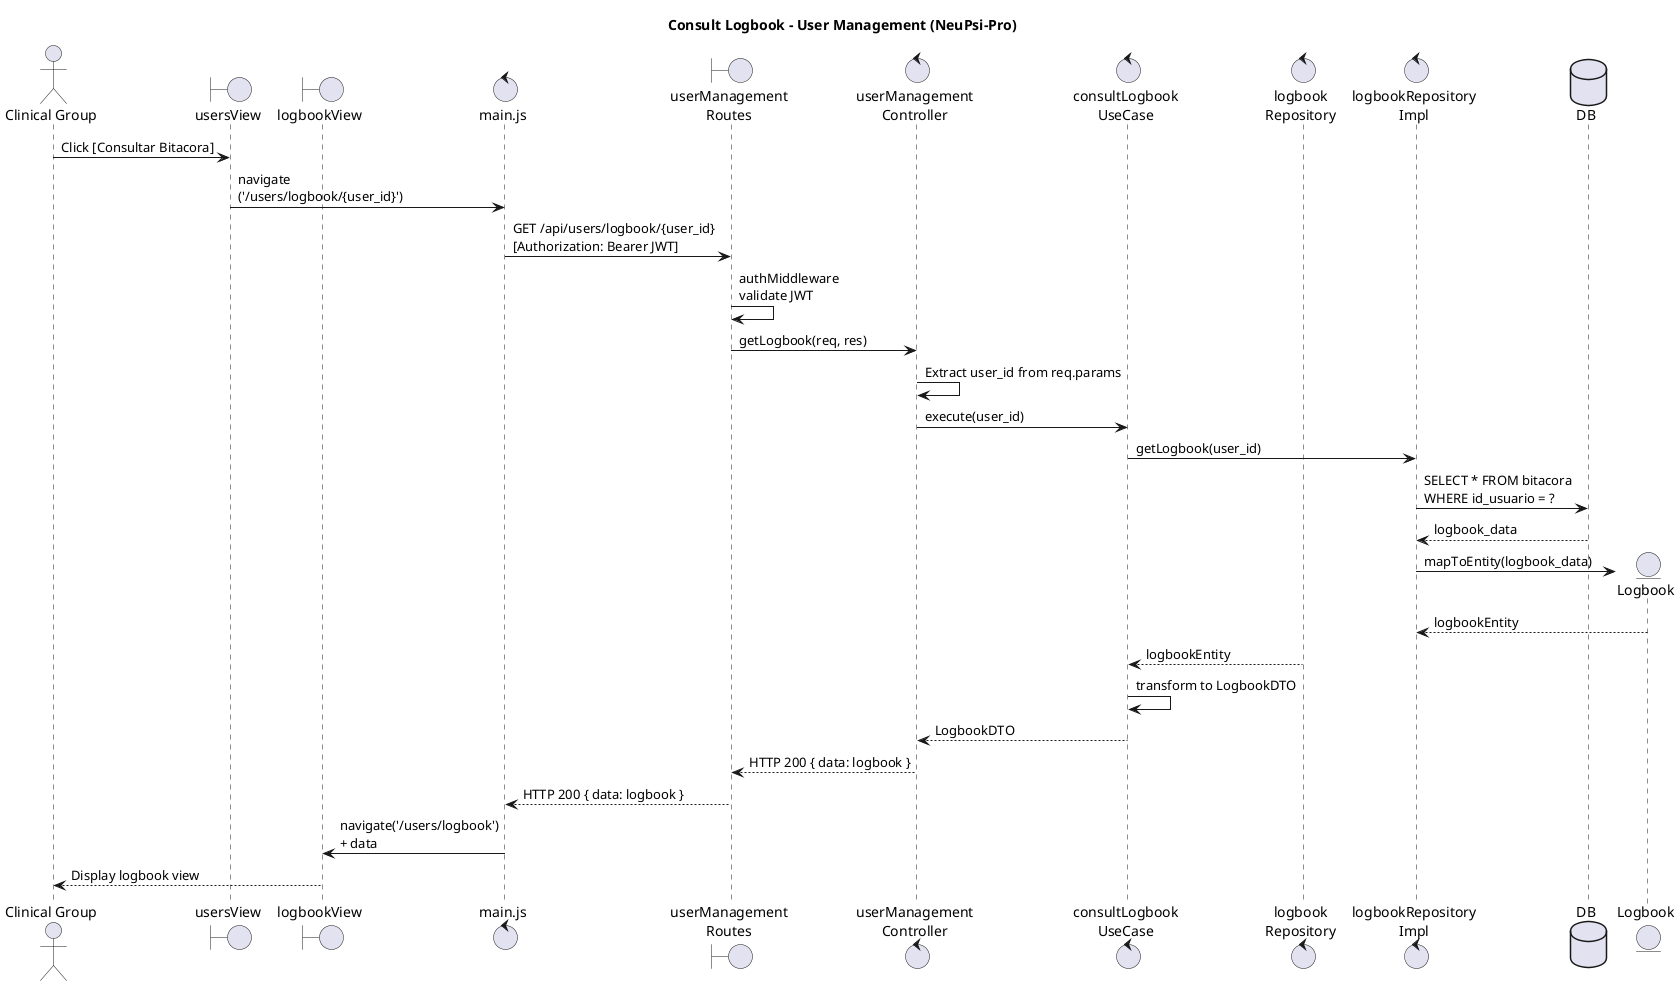
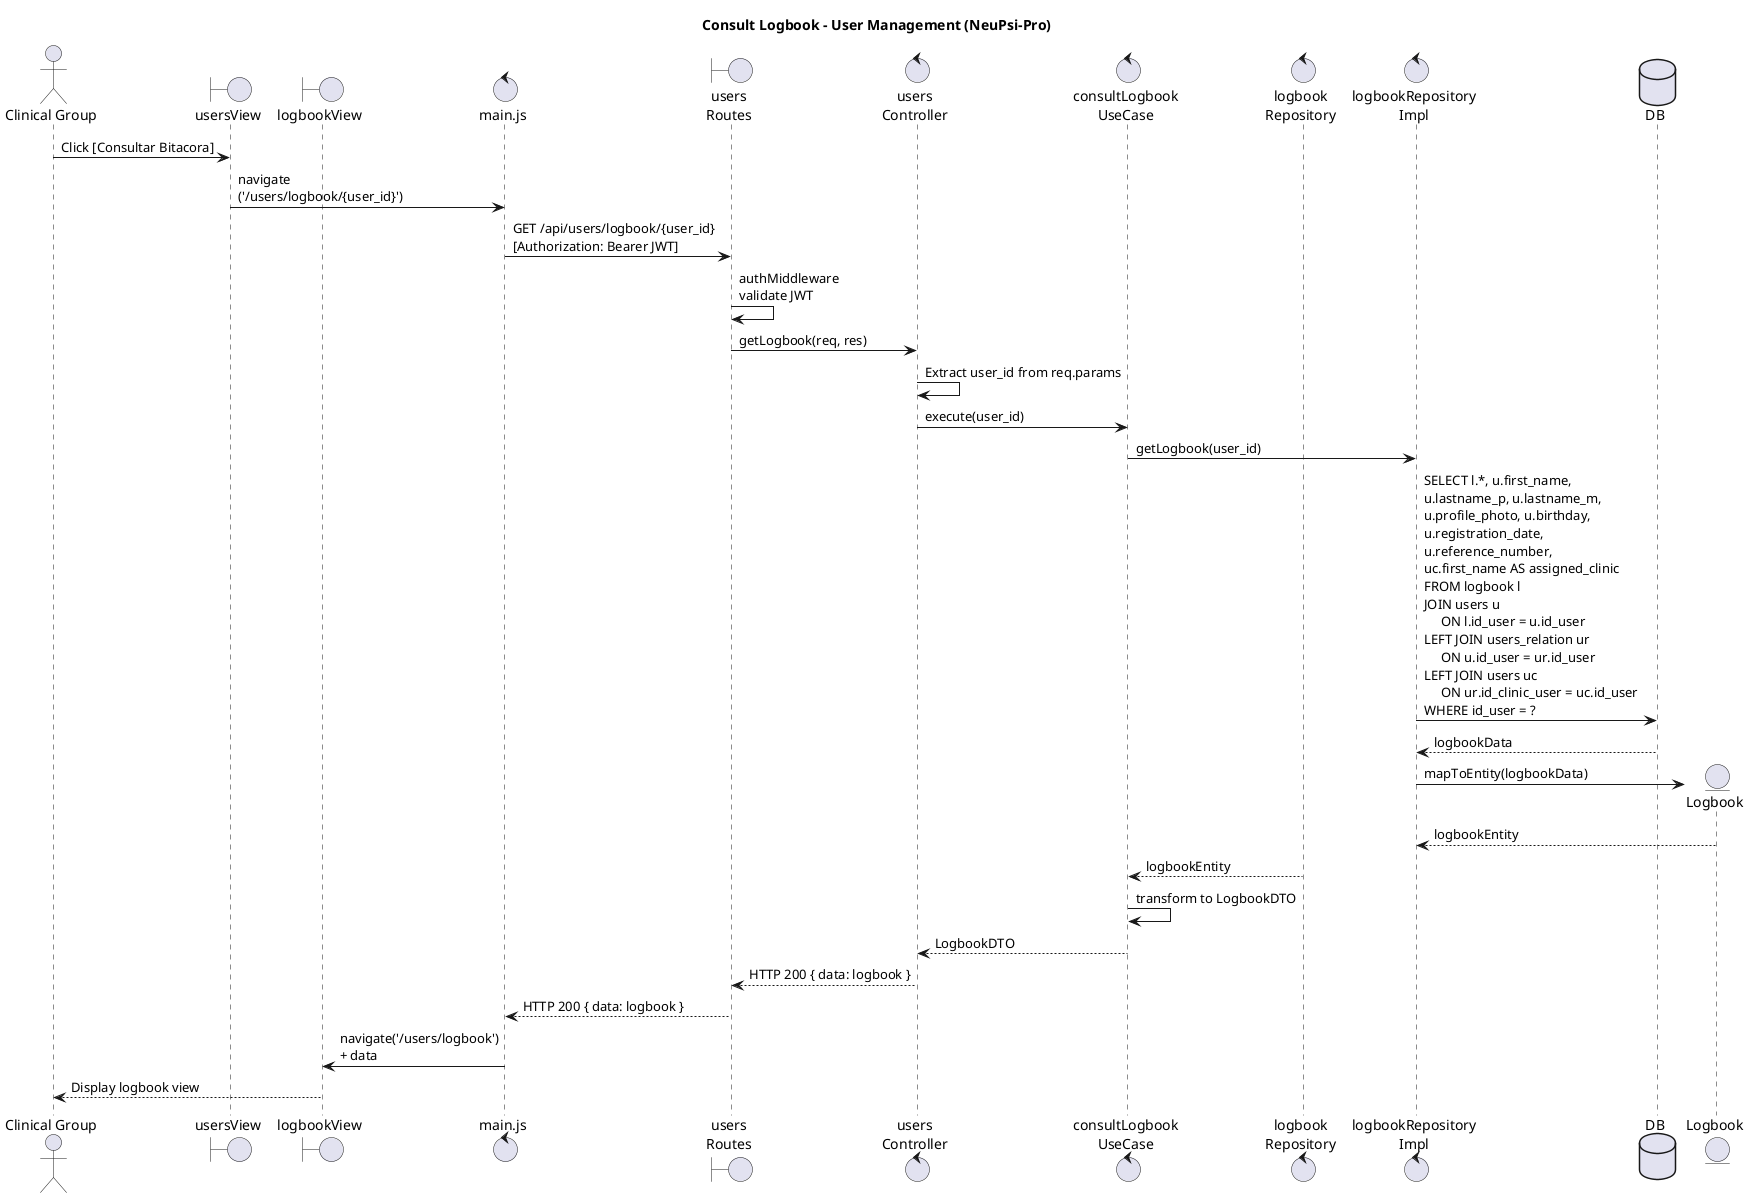
@startuml GU04 Consult-Logbook

title Consult Logbook - User Management (NeuPsi-Pro)

actor "Clinical Group" as CG

boundary "usersView" as VUsers
boundary "logbookView" as VLog
control "main.js" as MAIN
- boundary "userManagement\nRoutes" as ROUTE
- control "userManagement\nController" as CTRL
+ boundary "users\nRoutes" as ROUTE
+ control "users\nController" as CTRL
control "consultLogbook\nUseCase" as UC
control "logbook\nRepository" as REPO
control "logbookRepository\nImpl" as IREPO
database DB

CG -> VUsers : Click [Consultar Bitacora]
VUsers -> MAIN : navigate\n('/users/logbook/{user_id}')

MAIN -> ROUTE : GET /api/users/logbook/{user_id}\n[Authorization: Bearer JWT]

ROUTE -> ROUTE : authMiddleware\nvalidate JWT
ROUTE -> CTRL : getLogbook(req, res)

CTRL -> CTRL : Extract user_id from req.params

CTRL -> UC : execute(user_id)

UC -> IREPO : getLogbook(user_id)

- IREPO -> DB : SELECT * FROM bitacora\nWHERE id_usuario = ?
+ IREPO -> DB : SELECT l.*, u.first_name, \nu.lastname_p, u.lastname_m, \nu.profile_photo, u.birthday, \nu.registration_date, \nu.reference_number, \nuc.first_name AS assigned_clinic \nFROM logbook l \nJOIN users u \n     ON l.id_user = u.id_user \nLEFT JOIN users_relation ur \n     ON u.id_user = ur.id_user \nLEFT JOIN users uc \n     ON ur.id_clinic_user = uc.id_user \nWHERE id_user = ?

- DB --> IREPO : logbook_data
+ DB --> IREPO : logbookData

create entity "Logbook" as ENT
- IREPO -> ENT : mapToEntity(logbook_data)
+ IREPO -> ENT : mapToEntity(logbookData)
ENT --> IREPO : logbookEntity

REPO --> UC : logbookEntity

UC -> UC : transform to LogbookDTO
UC --> CTRL : LogbookDTO

CTRL --> ROUTE : HTTP 200 { data: logbook }

ROUTE --> MAIN : HTTP 200 { data: logbook }

MAIN -> VLog : navigate('/users/logbook')\n+ data

VLog --> CG : Display logbook view

@enduml